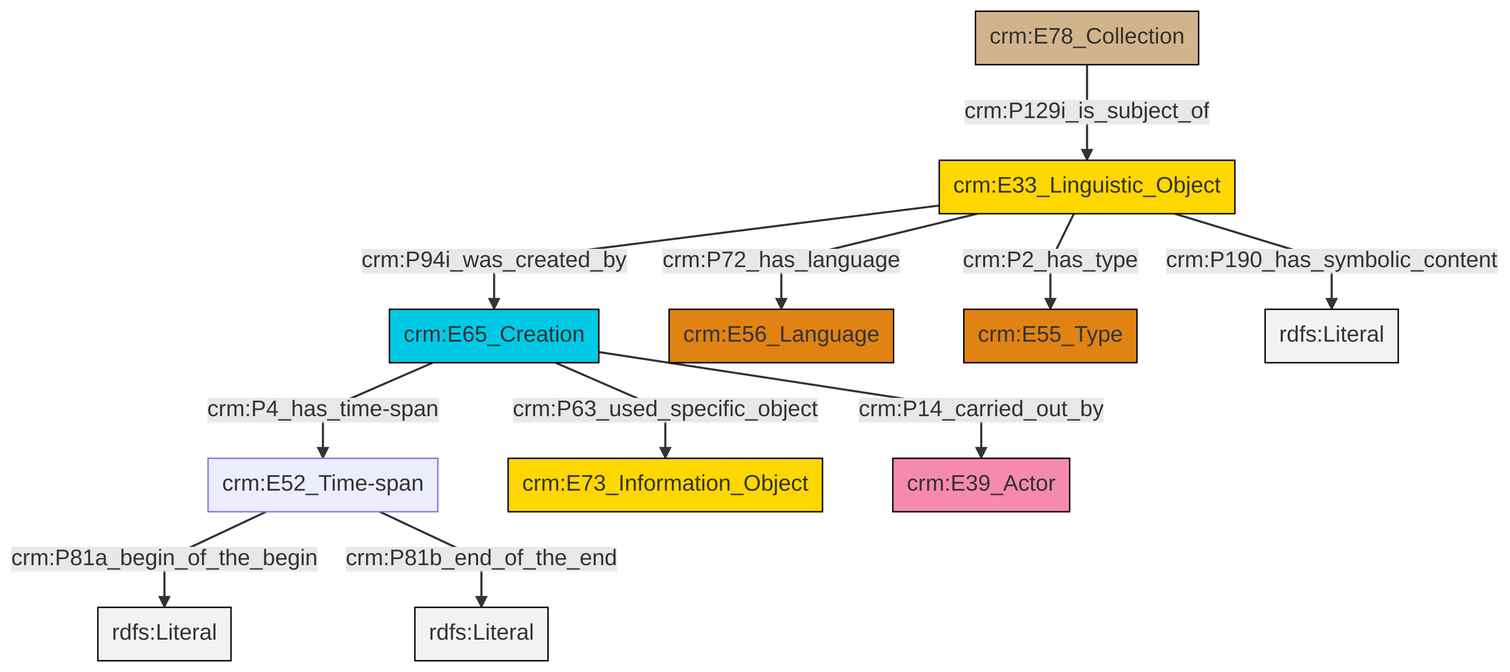
Earlier version of the Mermaid export et/archivalCSV/ttl/mmd/png/archival_desc.png (swiss-art-research-net/docs.swissartresearch). Its source is kept beside it as et/archivalCSV/ttl/mmd/archival_desc.ttl.mmd.
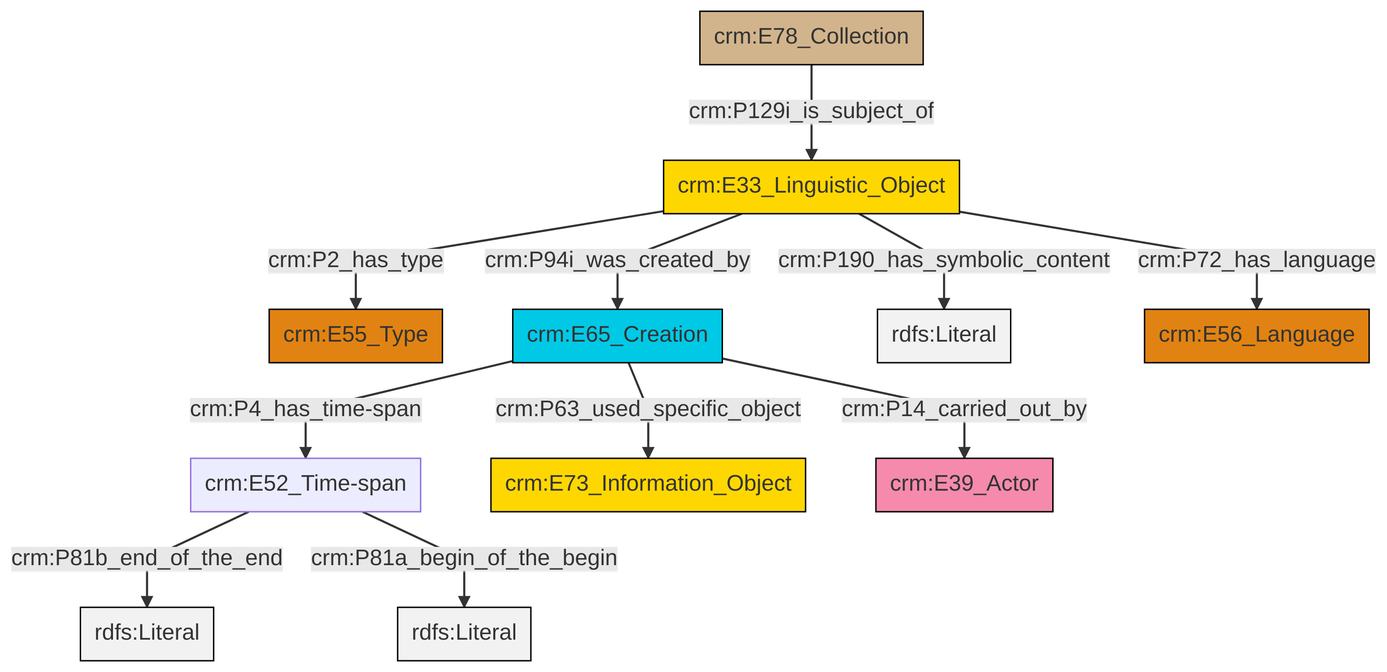
The same file after the commit.

Diff of the diagram source:
```diff
@@ -13,13 +13,13 @@
 classDef PC_Classes fill:#4ce600, stroke:#000000;
 classDef Multi fill:#cccccc,stroke:#000000;
 
-0["crm:E33_Linguistic_Object"]:::Conceptual_Object -->|crm:P94i_was_created_by| 1["crm:E65_Creation"]:::Temporal_Entity
-1["crm:E65_Creation"]:::Temporal_Entity -->|crm:P4_has_time-span| 2["crm:E52_Time-span"]:::Default
-3["crm:E78_Collection"]:::Physical_Thing -->|crm:P129i_is_subject_of| 0["crm:E33_Linguistic_Object"]:::Conceptual_Object
-0["crm:E33_Linguistic_Object"]:::Conceptual_Object -->|crm:P72_has_language| 6["crm:E56_Language"]:::Type
-2["crm:E52_Time-span"]:::Default -->|crm:P81a_begin_of_the_begin| 8[rdfs:Literal]:::Literal
-1["crm:E65_Creation"]:::Temporal_Entity -->|crm:P63_used_specific_object| 4["crm:E73_Information_Object"]:::Conceptual_Object
-2["crm:E52_Time-span"]:::Default -->|crm:P81b_end_of_the_end| 12[rdfs:Literal]:::Literal
-0["crm:E33_Linguistic_Object"]:::Conceptual_Object -->|crm:P2_has_type| 13["crm:E55_Type"]:::Type
-1["crm:E65_Creation"]:::Temporal_Entity -->|crm:P14_carried_out_by| 9["crm:E39_Actor"]:::Actor
-0["crm:E33_Linguistic_Object"]:::Conceptual_Object -->|crm:P190_has_symbolic_content| 17[rdfs:Literal]:::Literal
+0["crm:E33_Linguistic_Object"]:::Conceptual_Object -->|crm:P2_has_type| 1["crm:E55_Type"]:::Type
+2["crm:E65_Creation"]:::Temporal_Entity -->|crm:P4_has_time-span| 3["crm:E52_Time-span"]:::Default
+0["crm:E33_Linguistic_Object"]:::Conceptual_Object -->|crm:P190_has_symbolic_content| 4[rdfs:Literal]:::Literal
+0["crm:E33_Linguistic_Object"]:::Conceptual_Object -->|crm:P94i_was_created_by| 2["crm:E65_Creation"]:::Temporal_Entity
+2["crm:E65_Creation"]:::Temporal_Entity -->|crm:P63_used_specific_object| 8["crm:E73_Information_Object"]:::Conceptual_Object
+5["crm:E78_Collection"]:::Physical_Thing -->|crm:P129i_is_subject_of| 0["crm:E33_Linguistic_Object"]:::Conceptual_Object
+0["crm:E33_Linguistic_Object"]:::Conceptual_Object -->|crm:P72_has_language| 9["crm:E56_Language"]:::Type
+3["crm:E52_Time-span"]:::Default -->|crm:P81b_end_of_the_end| 14[rdfs:Literal]:::Literal
+3["crm:E52_Time-span"]:::Default -->|crm:P81a_begin_of_the_begin| 15[rdfs:Literal]:::Literal
+2["crm:E65_Creation"]:::Temporal_Entity -->|crm:P14_carried_out_by| 17["crm:E39_Actor"]:::Actor
```
